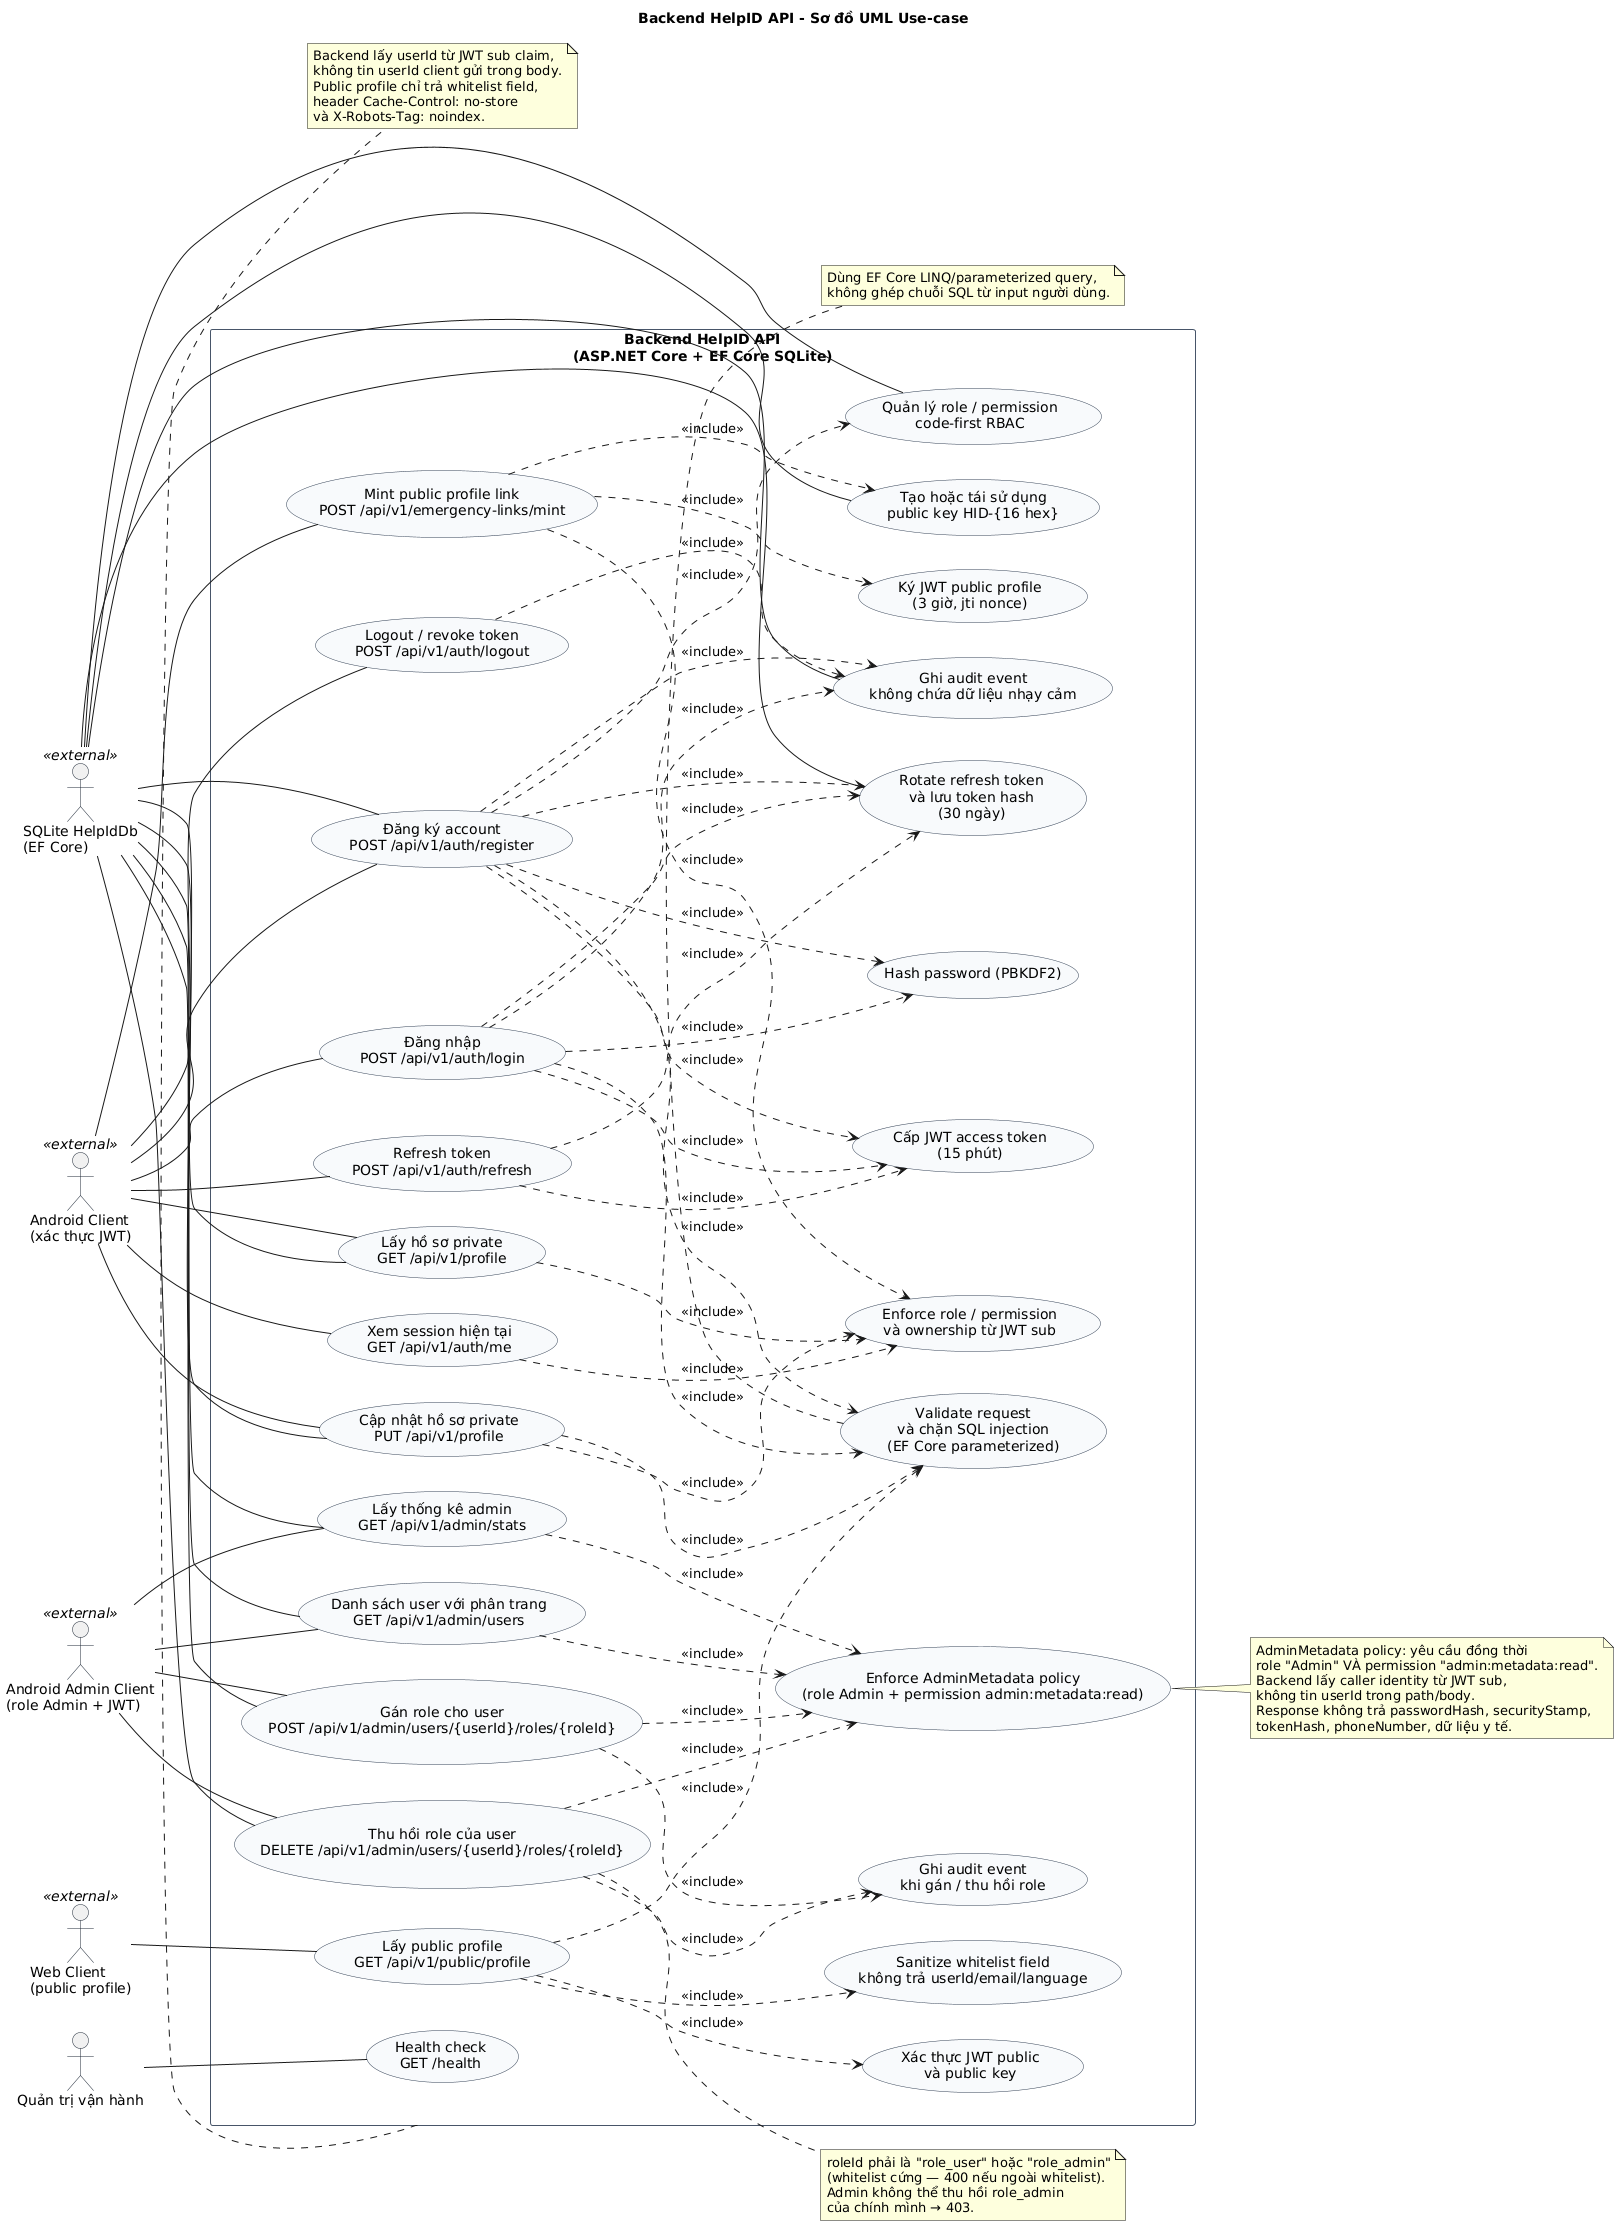
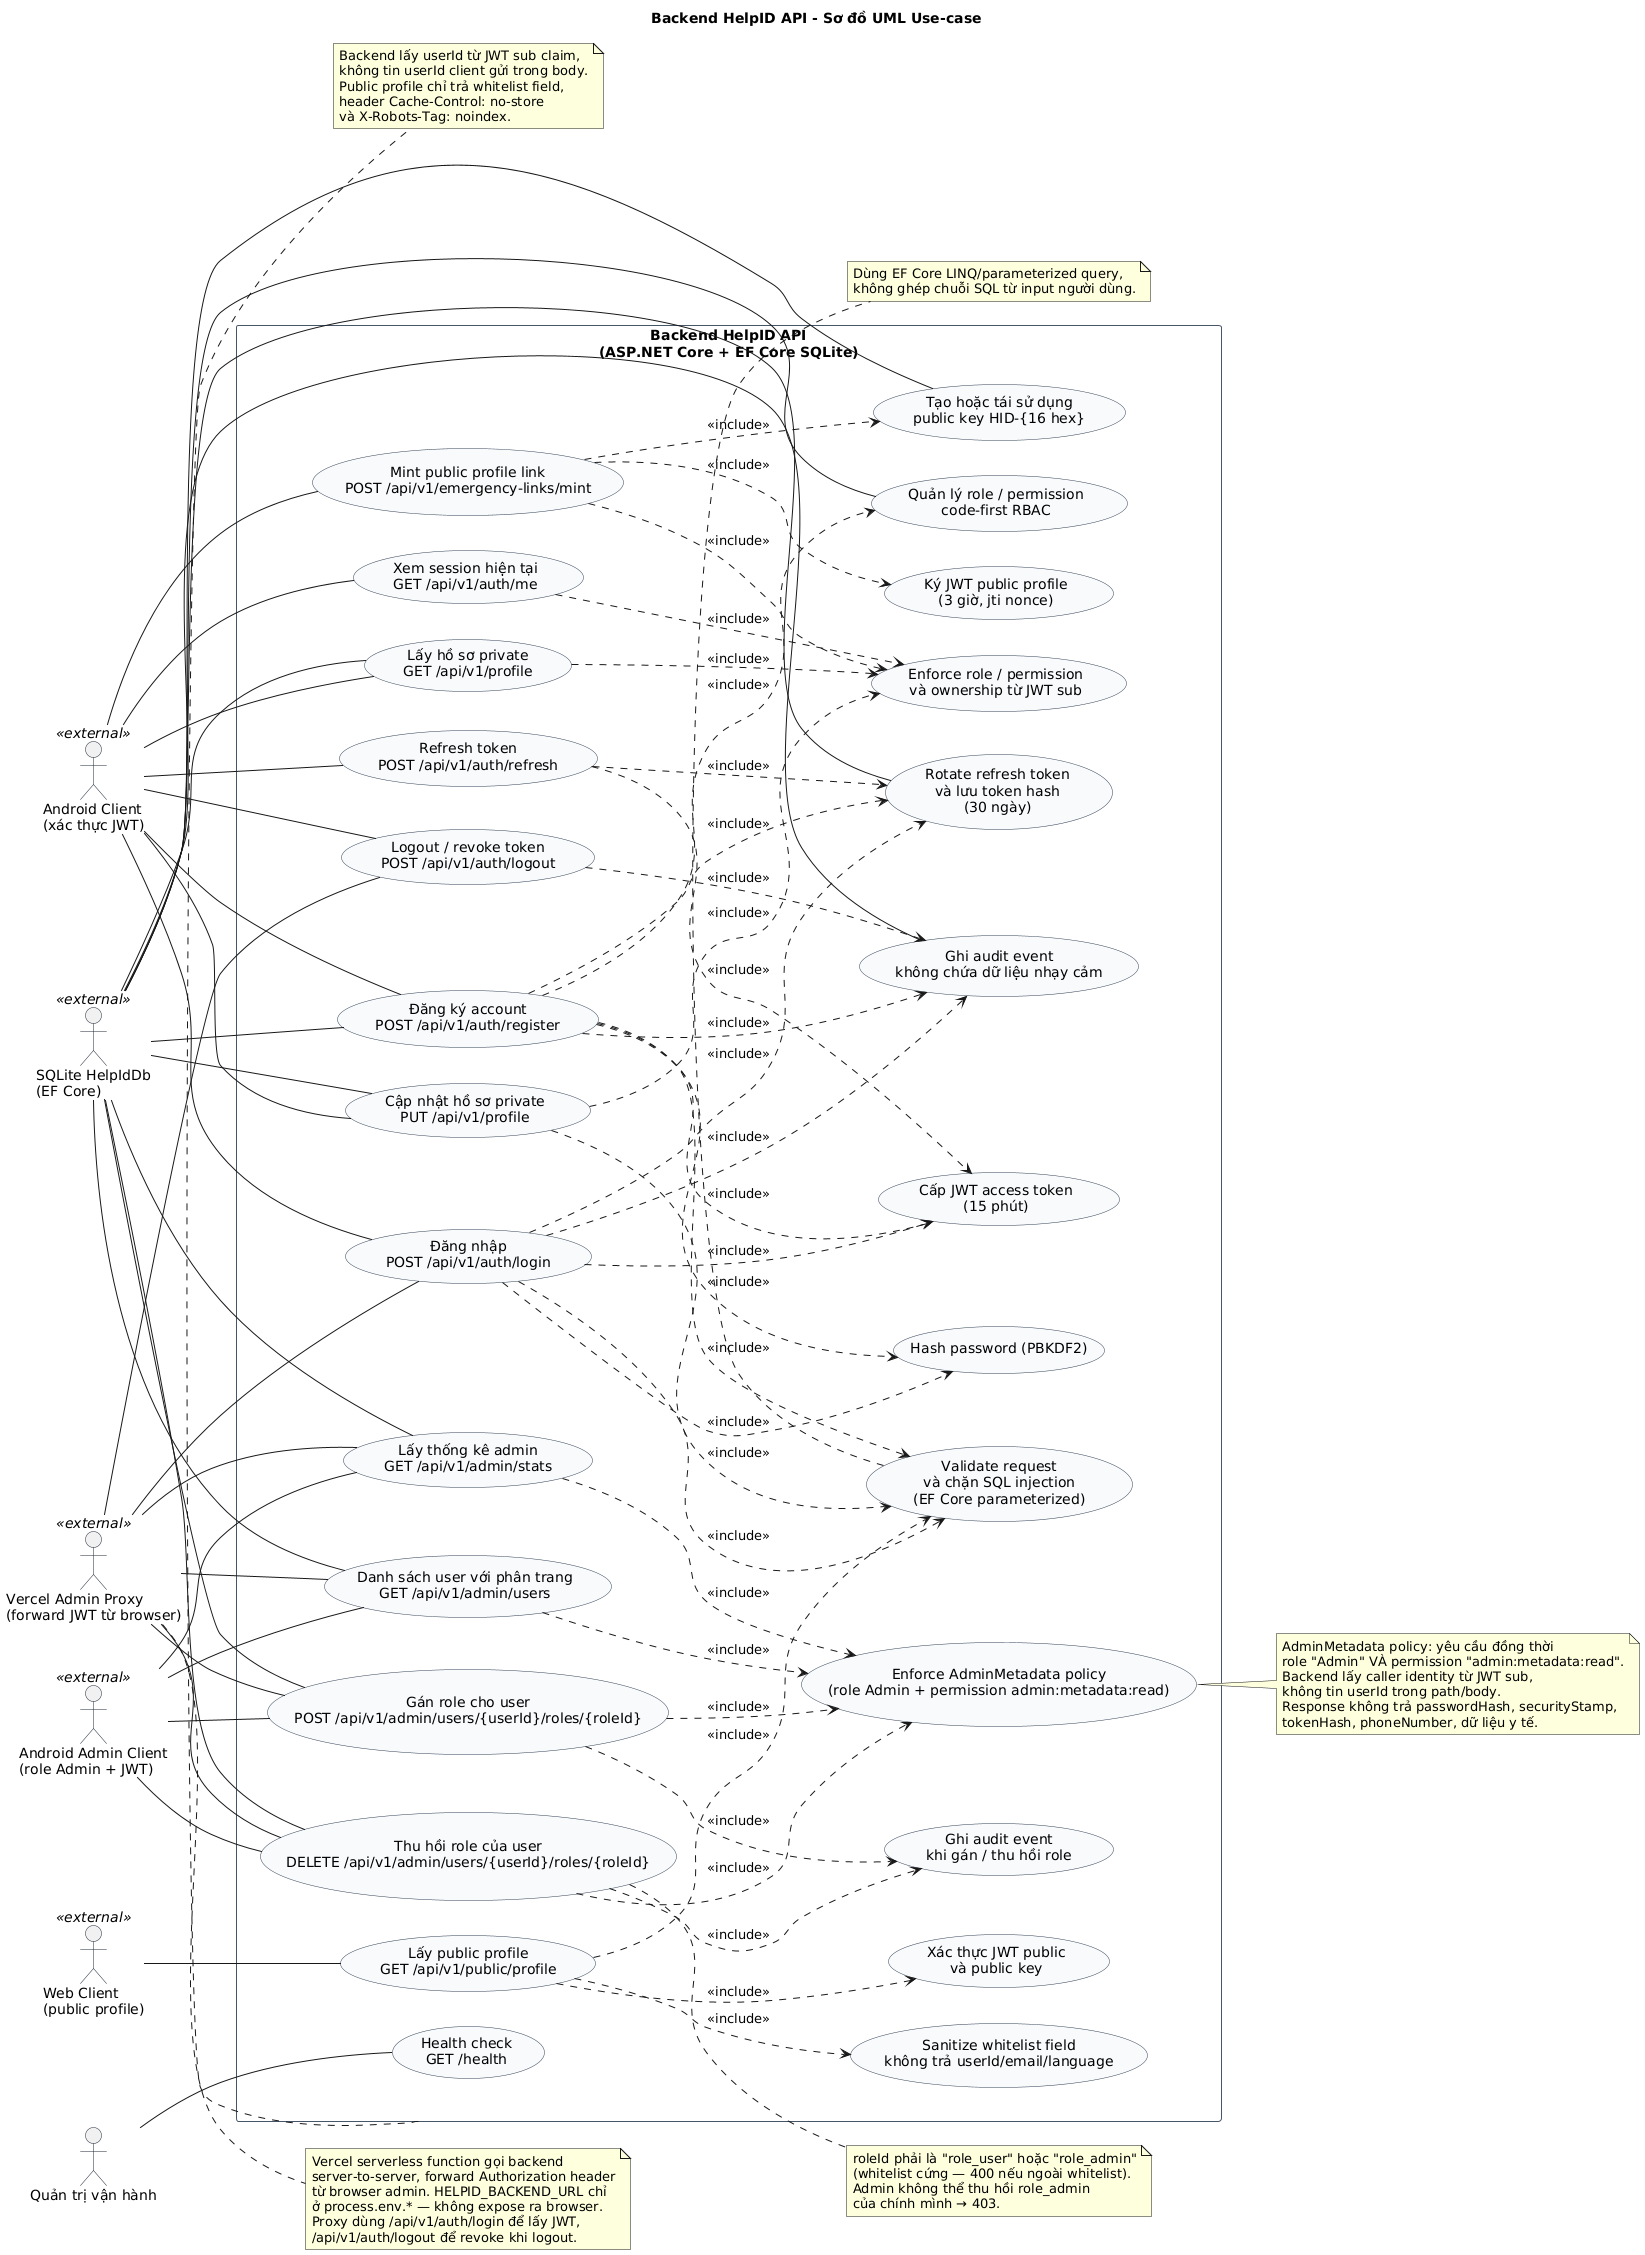
@startuml
' UML Use-case: Backend HelpID API (ASP.NET Core)
left to right direction
skinparam defaultFontName "DejaVu Sans"
skinparam packageStyle rectangle
skinparam shadowing false
skinparam usecase {
  BackgroundColor #F8FAFC
  BorderColor #334155
}
skinparam rectangle {
  BackgroundColor #FFFFFF
  BorderColor #475569
}
skinparam actor {
  BorderColor #1F2937
}

title Backend HelpID API - Sơ đồ UML Use-case

actor "Android Client\n(xác thực JWT)" as AndroidClient <<external>>
actor "Android Admin Client\n(role Admin + JWT)" as AdminClient <<external>>
actor "Web Client\n(public profile)" as WebClient <<external>>
+ actor "Vercel Admin Proxy\n(forward JWT từ browser)" as VercelAdminProxy <<external>>
actor "Quản trị vận hành" as Operator

actor "SQLite HelpIdDb\n(EF Core)" as SQLiteDb <<external>>

rectangle "Backend HelpID API\n(ASP.NET Core + EF Core SQLite)" as Backend {
  usecase "Đăng ký account\nPOST /api/v1/auth/register" as UC_ApiRegister
  usecase "Đăng nhập\nPOST /api/v1/auth/login" as UC_ApiLogin
  usecase "Refresh token\nPOST /api/v1/auth/refresh" as UC_ApiRefresh
  usecase "Logout / revoke token\nPOST /api/v1/auth/logout" as UC_ApiLogout
  usecase "Xem session hiện tại\nGET /api/v1/auth/me" as UC_ApiMe
  usecase "Hash password (PBKDF2)" as UC_HashPassword
  usecase "Cấp JWT access token\n(15 phút)" as UC_IssueAccessToken
  usecase "Rotate refresh token\nvà lưu token hash\n(30 ngày)" as UC_RotateRefreshToken
  usecase "Enforce role / permission\nvà ownership từ JWT sub" as UC_EnforceAuthorization
  usecase "Quản lý role / permission\ncode-first RBAC" as UC_RolePermission
  usecase "Lấy hồ sơ private\nGET /api/v1/profile" as UC_ApiGetProfile
  usecase "Cập nhật hồ sơ private\nPUT /api/v1/profile" as UC_ApiUpdateProfile
  usecase "Mint public profile link\nPOST /api/v1/emergency-links/mint" as UC_ApiMintLink
  usecase "Tạo hoặc tái sử dụng\npublic key HID-{16 hex}" as UC_EnsurePublicKey
  usecase "Ký JWT public profile\n(3 giờ, jti nonce)" as UC_SignProfileJwt
  usecase "Lấy public profile\nGET /api/v1/public/profile" as UC_ApiGetPublicProfile
  usecase "Xác thực JWT public\nvà public key" as UC_VerifyProfileJwt
  usecase "Sanitize whitelist field\nkhông trả userId/email/language" as UC_SanitizeProfile
  usecase "Ghi audit event\nkhông chứa dữ liệu nhạy cảm" as UC_AuditEvent
  usecase "Validate request\nvà chặn SQL injection\n(EF Core parameterized)" as UC_ValidateAntiInjection
  usecase "Health check\nGET /health" as UC_Health
  usecase "Lấy thống kê admin\nGET /api/v1/admin/stats" as UC_ApiAdminStats
  usecase "Danh sách user với phân trang\nGET /api/v1/admin/users" as UC_ApiAdminUsers
  usecase "Gán role cho user\nPOST /api/v1/admin/users/{userId}/roles/{roleId}" as UC_ApiAdminAssignRole
  usecase "Thu hồi role của user\nDELETE /api/v1/admin/users/{userId}/roles/{roleId}" as UC_ApiAdminRevokeRole
  usecase "Enforce AdminMetadata policy\n(role Admin + permission admin:metadata:read)" as UC_EnforceAdminPolicy
  usecase "Ghi audit event\nkhi gán / thu hồi role" as UC_AdminAuditEvent
}

AdminClient -- UC_ApiAdminStats
AdminClient -- UC_ApiAdminUsers
AdminClient -- UC_ApiAdminAssignRole
AdminClient -- UC_ApiAdminRevokeRole
+ 
+ VercelAdminProxy -- UC_ApiLogin
+ VercelAdminProxy -- UC_ApiLogout
+ VercelAdminProxy -- UC_ApiAdminStats
+ VercelAdminProxy -- UC_ApiAdminUsers
+ VercelAdminProxy -- UC_ApiAdminAssignRole
+ VercelAdminProxy -- UC_ApiAdminRevokeRole

AndroidClient -- UC_ApiRegister
AndroidClient -- UC_ApiLogin
AndroidClient -- UC_ApiRefresh
AndroidClient -- UC_ApiLogout
AndroidClient -- UC_ApiMe
AndroidClient -- UC_ApiGetProfile
AndroidClient -- UC_ApiUpdateProfile
AndroidClient -- UC_ApiMintLink
WebClient -- UC_ApiGetPublicProfile
Operator -- UC_Health

UC_ApiRegister ..> UC_HashPassword : <<include>>
UC_ApiRegister ..> UC_IssueAccessToken : <<include>>
UC_ApiRegister ..> UC_RotateRefreshToken : <<include>>
UC_ApiRegister ..> UC_RolePermission : <<include>>
UC_ApiRegister ..> UC_AuditEvent : <<include>>
UC_ApiRegister ..> UC_ValidateAntiInjection : <<include>>
UC_ApiLogin ..> UC_HashPassword : <<include>>
UC_ApiLogin ..> UC_IssueAccessToken : <<include>>
UC_ApiLogin ..> UC_RotateRefreshToken : <<include>>
UC_ApiLogin ..> UC_AuditEvent : <<include>>
UC_ApiLogin ..> UC_ValidateAntiInjection : <<include>>
UC_ApiRefresh ..> UC_IssueAccessToken : <<include>>
UC_ApiRefresh ..> UC_RotateRefreshToken : <<include>>
UC_ApiLogout ..> UC_AuditEvent : <<include>>
UC_ApiMe ..> UC_EnforceAuthorization : <<include>>
UC_ApiGetProfile ..> UC_EnforceAuthorization : <<include>>
UC_ApiUpdateProfile ..> UC_EnforceAuthorization : <<include>>
UC_ApiUpdateProfile ..> UC_ValidateAntiInjection : <<include>>
UC_ApiMintLink ..> UC_EnforceAuthorization : <<include>>
UC_ApiMintLink ..> UC_EnsurePublicKey : <<include>>
UC_ApiMintLink ..> UC_SignProfileJwt : <<include>>
UC_ApiGetPublicProfile ..> UC_VerifyProfileJwt : <<include>>
UC_ApiGetPublicProfile ..> UC_SanitizeProfile : <<include>>
UC_ApiGetPublicProfile ..> UC_ValidateAntiInjection : <<include>>

UC_ApiAdminStats ..> UC_EnforceAdminPolicy : <<include>>
UC_ApiAdminUsers ..> UC_EnforceAdminPolicy : <<include>>
UC_ApiAdminAssignRole ..> UC_EnforceAdminPolicy : <<include>>
UC_ApiAdminAssignRole ..> UC_AdminAuditEvent : <<include>>
UC_ApiAdminRevokeRole ..> UC_EnforceAdminPolicy : <<include>>
UC_ApiAdminRevokeRole ..> UC_AdminAuditEvent : <<include>>

SQLiteDb -- UC_ApiAdminStats
SQLiteDb -- UC_ApiAdminUsers
SQLiteDb -- UC_ApiAdminAssignRole
SQLiteDb -- UC_ApiAdminRevokeRole

SQLiteDb -- UC_ApiRegister
SQLiteDb -- UC_RotateRefreshToken
SQLiteDb -- UC_RolePermission
SQLiteDb -- UC_ApiGetProfile
SQLiteDb -- UC_ApiUpdateProfile
SQLiteDb -- UC_EnsurePublicKey
SQLiteDb -- UC_AuditEvent

note bottom of Backend
  Backend lấy userId từ JWT sub claim,
  không tin userId client gửi trong body.
  Public profile chỉ trả whitelist field,
  header Cache-Control: no-store
  và X-Robots-Tag: noindex.
end note

note bottom of UC_ValidateAntiInjection
  Dùng EF Core LINQ/parameterized query,
  không ghép chuỗi SQL từ input người dùng.
end note

note right of UC_EnforceAdminPolicy
  AdminMetadata policy: yêu cầu đồng thời
  role "Admin" VÀ permission "admin:metadata:read".
  Backend lấy caller identity từ JWT sub,
  không tin userId trong path/body.
  Response không trả passwordHash, securityStamp,
  tokenHash, phoneNumber, dữ liệu y tế.
end note

note right of UC_ApiAdminRevokeRole
  roleId phải là "role_user" hoặc "role_admin"
  (whitelist cứng — 400 nếu ngoài whitelist).
  Admin không thể thu hồi role_admin
  của chính mình → 403.
end note
+ 
+ note right of VercelAdminProxy
+   Vercel serverless function gọi backend
+   server-to-server, forward Authorization header
+   từ browser admin. HELPID_BACKEND_URL chỉ
+   ở process.env.* — không expose ra browser.
+   Proxy dùng /api/v1/auth/login để lấy JWT,
+   /api/v1/auth/logout để revoke khi logout.
+ end note
@enduml
